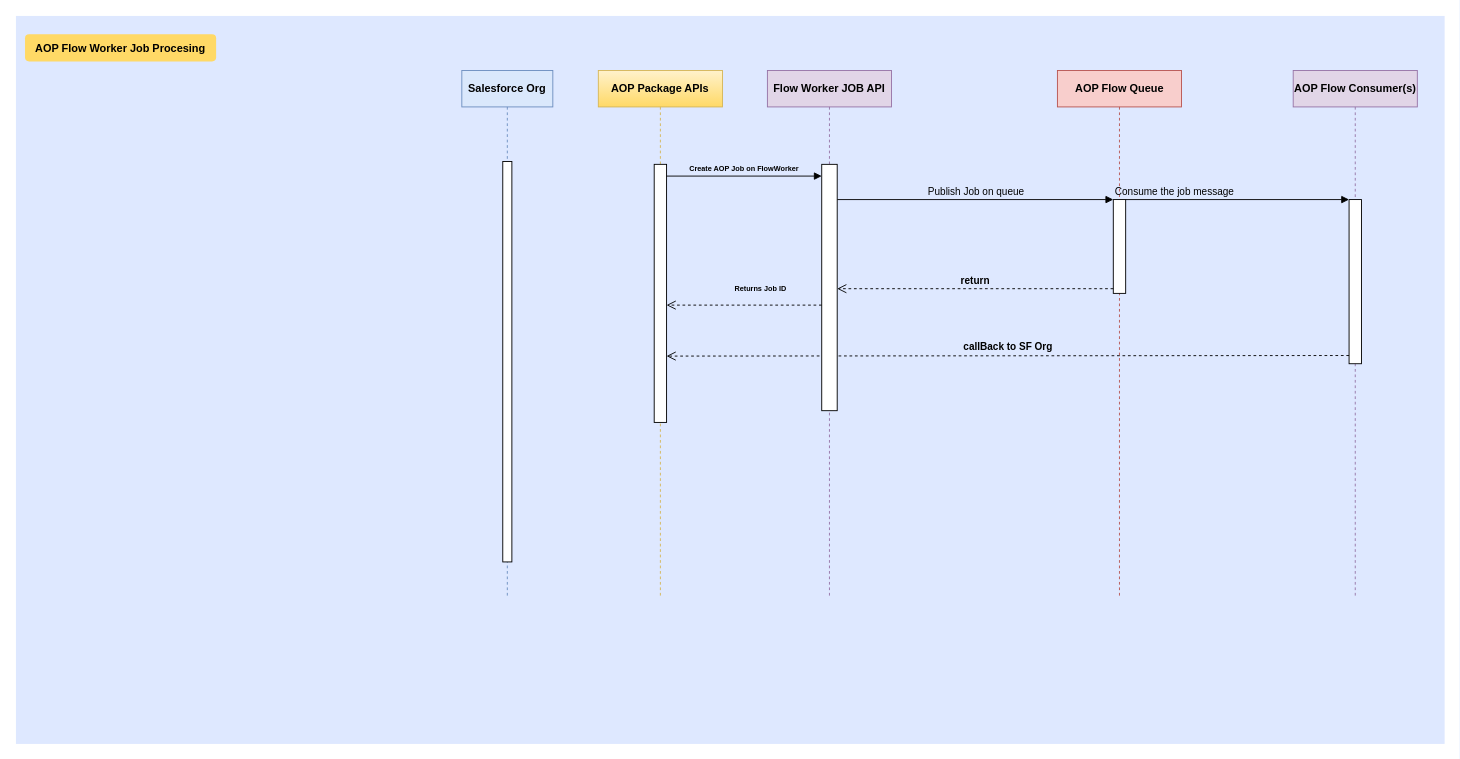
Maxxpower/aop_diagrams keeps this draw.io diagram as HK_SEQ.drawio. Above is the earlier version. Source tidied: cells renumbered, new cells numbered last; positions are measured from the earlier drawing's top-left corner, leaving out a move shared by most shapes. Both pictures are drawn from the tidied source at 91%, with x=0, y=0 at pixel (15, 15).
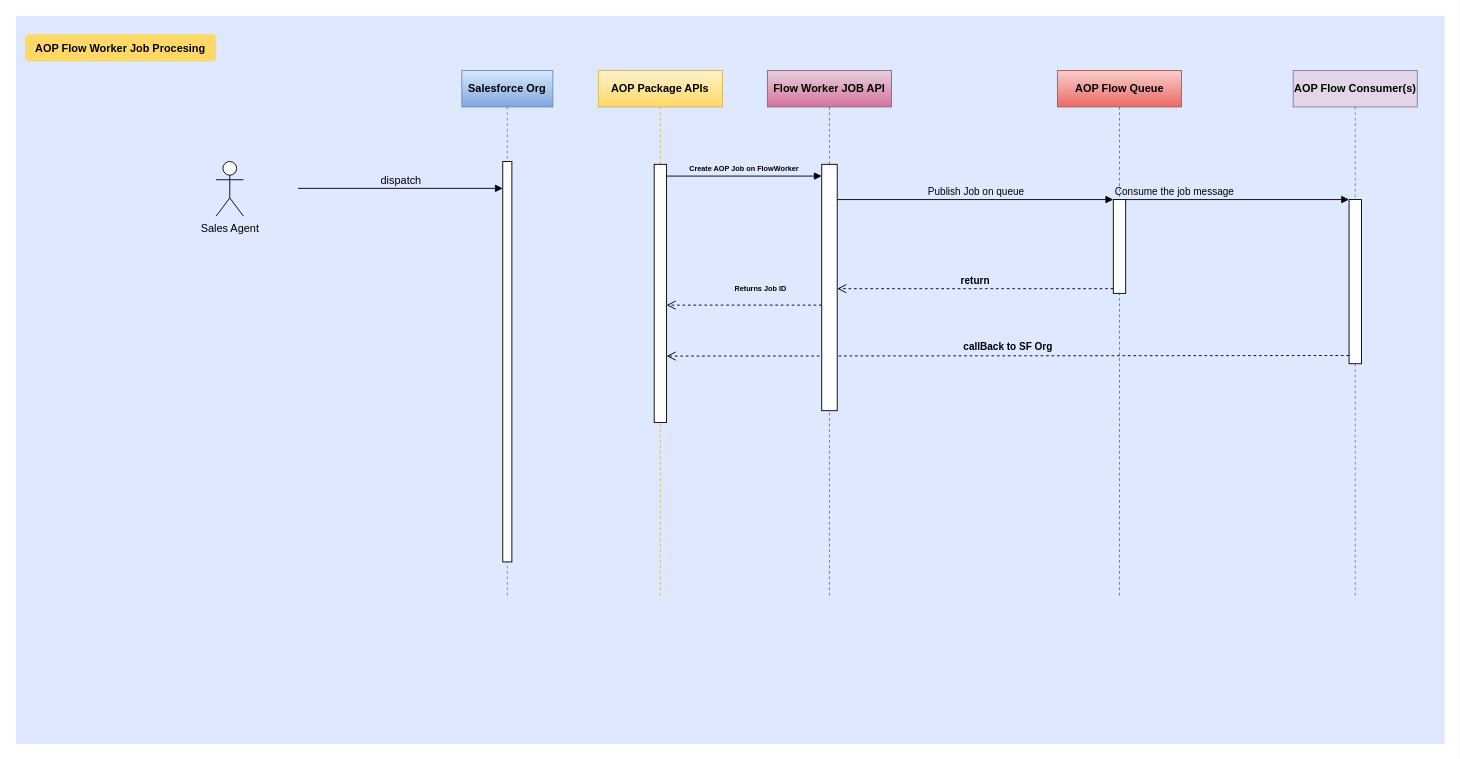
After the change.

Unchanged cells that the change refers to:
```xml
<mxCell id="4" style="group;" parent="1" vertex="1">
  <mxGeometry x="640" y="60" width="900" height="580" as="geometry" />
</mxCell>
<mxCell id="20" style="html=1;points=[];perimeter=orthogonalPerimeter;labelBackgroundColor=none;fontSize=12;" parent="19" vertex="1">
  <mxGeometry x="45" y="100" width="10" height="440" as="geometry" />
</mxCell>
```

Change to the diagram source:
```diff
@@
-    <mxCell id="6" value="AOP Flow Queue" style="shape=umlLifeline;perimeter=lifelinePerimeter;whiteSpace=wrap;html=1;fillColor=#f8cecc;strokeColor=#b85450;fontStyle=1;" parent="4" vertex="1">
+    <mxCell id="6" value="AOP Flow Queue" style="shape=umlLifeline;perimeter=lifelinePerimeter;whiteSpace=wrap;html=1;fillColor=#f8cecc;strokeColor=#b85450;fontStyle=1;gradientColor=#ea6b66;" parent="4" vertex="1">
       <mxGeometry x="504.5" width="136.4" height="580" as="geometry" />
     </mxCell>
@@
-    <mxCell id="16" value="Flow Worker JOB API" style="shape=umlLifeline;perimeter=lifelinePerimeter;whiteSpace=wrap;html=1;labelBackgroundColor=none;fontSize=12;fillColor=#e1d5e7;strokeColor=#9673a6;fontStyle=1;" parent="4" vertex="1">
+    <mxCell id="16" value="Flow Worker JOB API" style="shape=umlLifeline;perimeter=lifelinePerimeter;whiteSpace=wrap;html=1;labelBackgroundColor=none;fontSize=12;fillColor=#e6d0de;strokeColor=#996185;fontStyle=1;gradientColor=#d5739d;" parent="4" vertex="1">
       <mxGeometry x="185.8" width="136.4" height="580" as="geometry" />
     </mxCell>
@@
-    <mxCell id="19" value="Salesforce Org" style="shape=umlLifeline;perimeter=lifelinePerimeter;whiteSpace=wrap;html=1;labelBackgroundColor=none;fontSize=12;fontStyle=1;fillColor=#dae8fc;strokeColor=#6c8ebf;" parent="1" vertex="1">
+    <mxCell id="19" value="Salesforce Org" style="shape=umlLifeline;perimeter=lifelinePerimeter;whiteSpace=wrap;html=1;labelBackgroundColor=none;fontSize=12;fontStyle=1;fillColor=#dae8fc;strokeColor=#6c8ebf;gradientColor=#7ea6e0;" parent="1" vertex="1">
       <mxGeometry x="490" y="60" width="100" height="580" as="geometry" />
     </mxCell>
@@
+    <mxCell id="21" value="Sales Agent" style="shape=umlActor;verticalLabelPosition=bottom;verticalAlign=top;html=1;labelBackgroundColor=none;fontSize=12;" parent="1" vertex="1">
+      <mxGeometry x="220" y="160" width="30" height="60" as="geometry" />
+    </mxCell>
+    <mxCell id="22" value="dispatch" style="html=1;verticalAlign=bottom;endArrow=block;rounded=0;labelBackgroundColor=none;fontSize=12;" parent="1" edge="1" target="20">
+      <mxGeometry relative="1" as="geometry">
+        <mxPoint x="310" y="189.5" as="sourcePoint" />
+      </mxGeometry>
+    </mxCell>
```
